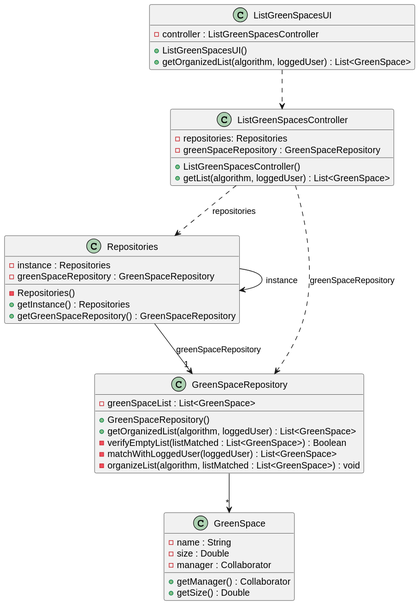
The PlantUML diagram docs/sprintC/us027/03.design/svg/us027-class-diagram.svg in ricardomm7/leaflink, before a commit.
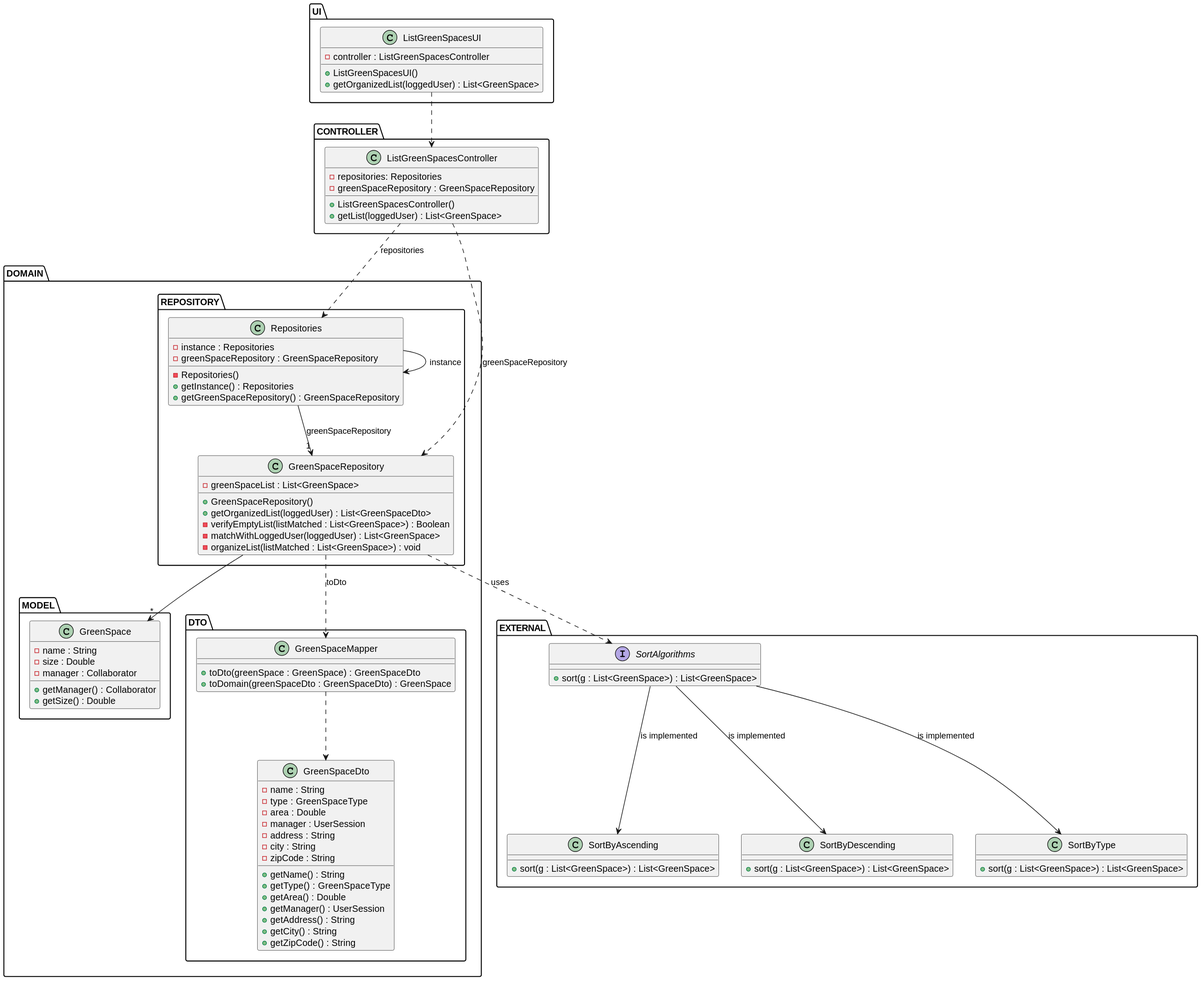
The same file after the commit.

What changed in the source:
```diff
@@ -2,21 +2,24 @@
 skinparam shadowing false
 skinparam line type polyline
 
-
+package UI{
     class ListGreenSpacesUI {
         - controller : ListGreenSpacesController
         + ListGreenSpacesUI()
-        + getOrganizedList(algorithm, loggedUser) : List<GreenSpace>
+        + getOrganizedList(loggedUser) : List<GreenSpace>
     }
-
+}
+package CONTROLLER {
     class ListGreenSpacesController {
         - repositories: Repositories
         - greenSpaceRepository : GreenSpaceRepository
 
         + ListGreenSpacesController()
-        +getList(algorithm, loggedUser) : List<GreenSpace>
+        +getList(loggedUser) : List<GreenSpace>
     }
-
+}
+package DOMAIN{
+package REPOSITORY{
     class Repositories {
         - instance : Repositories
         - greenSpaceRepository : GreenSpaceRepository
@@ -28,12 +31,13 @@
     class GreenSpaceRepository {
         - greenSpaceList : List<GreenSpace>
         + GreenSpaceRepository()
-        + getOrganizedList(algorithm, loggedUser) : List<GreenSpace>
+        + getOrganizedList(loggedUser) : List<GreenSpaceDto>
         - verifyEmptyList(listMatched : List<GreenSpace>) : Boolean
         - matchWithLoggedUser(loggedUser) : List<GreenSpace>
-        - organizeList(algorithm, listMatched : List<GreenSpace>) : void
+        - organizeList(listMatched : List<GreenSpace>) : void
     }
-
+    }
+package MODEL{
     class GreenSpace {
         - name : String
         - size : Double
@@ -41,6 +45,45 @@
         + getManager() : Collaborator
         + getSize() : Double
     }
+    }
+    package DTO{
+        class GreenSpaceDto{
+            - name : String
+            - type : GreenSpaceType
+            - area : Double
+            - manager : UserSession
+            - address : String
+            - city : String
+            - zipCode : String
+            + getName() : String
+            + getType() : GreenSpaceType
+            + getArea() : Double
+            + getManager() : UserSession
+            + getAddress() : String
+            + getCity() : String
+            + getZipCode() : String
+        }
+
+        class GreenSpaceMapper{
+            +toDto(greenSpace : GreenSpace) : GreenSpaceDto
+            +toDomain(greenSpaceDto : GreenSpaceDto) : GreenSpace
+        }
+    }
+    }
+    package EXTERNAL{
+    interface SortAlgorithms{
+    +sort(g : List<GreenSpace>) : List<GreenSpace>
+    }
+    class SortByAscending{
+    +sort(g : List<GreenSpace>) : List<GreenSpace>
+    }
+    class SortByDescending{
+        +sort(g : List<GreenSpace>) : List<GreenSpace>
+    }
+    class SortByType{
+        +sort(g : List<GreenSpace>) : List<GreenSpace>
+    }
+}
 
 ListGreenSpacesUI ..> ListGreenSpacesController
 ListGreenSpacesController ..> Repositories: repositories
@@ -48,4 +91,10 @@
 ListGreenSpacesController ..> GreenSpaceRepository: greenSpaceRepository
 Repositories --> "1"GreenSpaceRepository: greenSpaceRepository
 GreenSpaceRepository -->"*" GreenSpace
+GreenSpaceRepository ..> GreenSpaceMapper : toDto
+GreenSpaceMapper ..> GreenSpaceDto
+GreenSpaceRepository ..> SortAlgorithms : uses
+SortAlgorithms --> SortByAscending : is implemented
+SortAlgorithms --> SortByDescending : is implemented
+SortAlgorithms --> SortByType : is implemented
 @enduml
```
